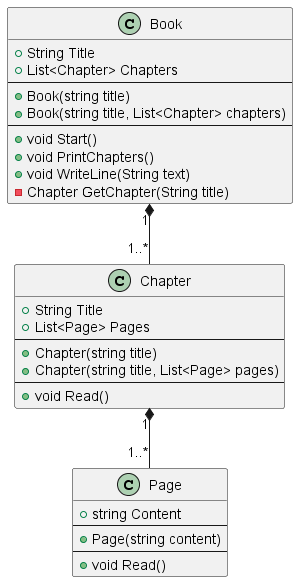
tvdpt/MyNotes keeps this PlantUML diagram as ClassDiagram.png. Above is the earlier version.
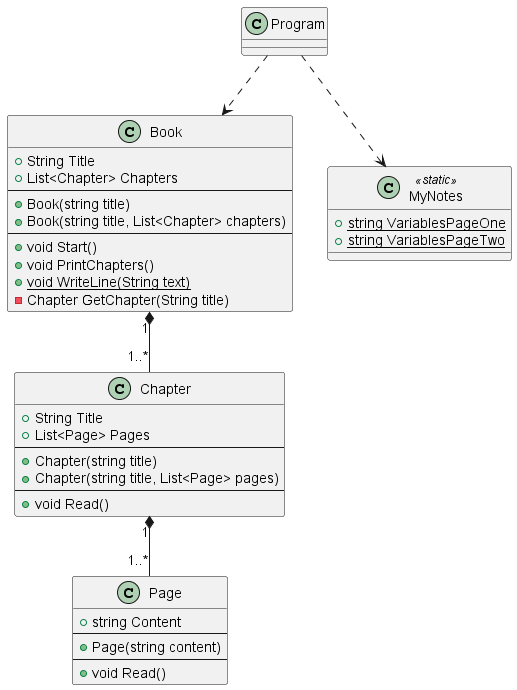
After the change.

The edit, as a diff of the source:
```diff
@@ -1,4 +1,8 @@
 @startuml
+
+class Program{
+
+}
 
 class Book{
     + String Title
@@ -9,7 +13,7 @@
     --
     + void Start()
     + void PrintChapters()
-    + void WriteLine(String text)
+    + {static} void WriteLine(String text)
     - Chapter GetChapter(String title)
 }
 
@@ -31,7 +35,15 @@
     + void Read()
 }
 
+class MyNotes <<static>>{
+    + {static} string VariablesPageOne
+    + {static} string VariablesPageTwo
+}
+
 Book "1" *-- "1..*" Chapter
 Chapter "1" *-- "1..*" Page
 
+Program ..> Book
+Program ..> MyNotes
+
 @enduml
```
